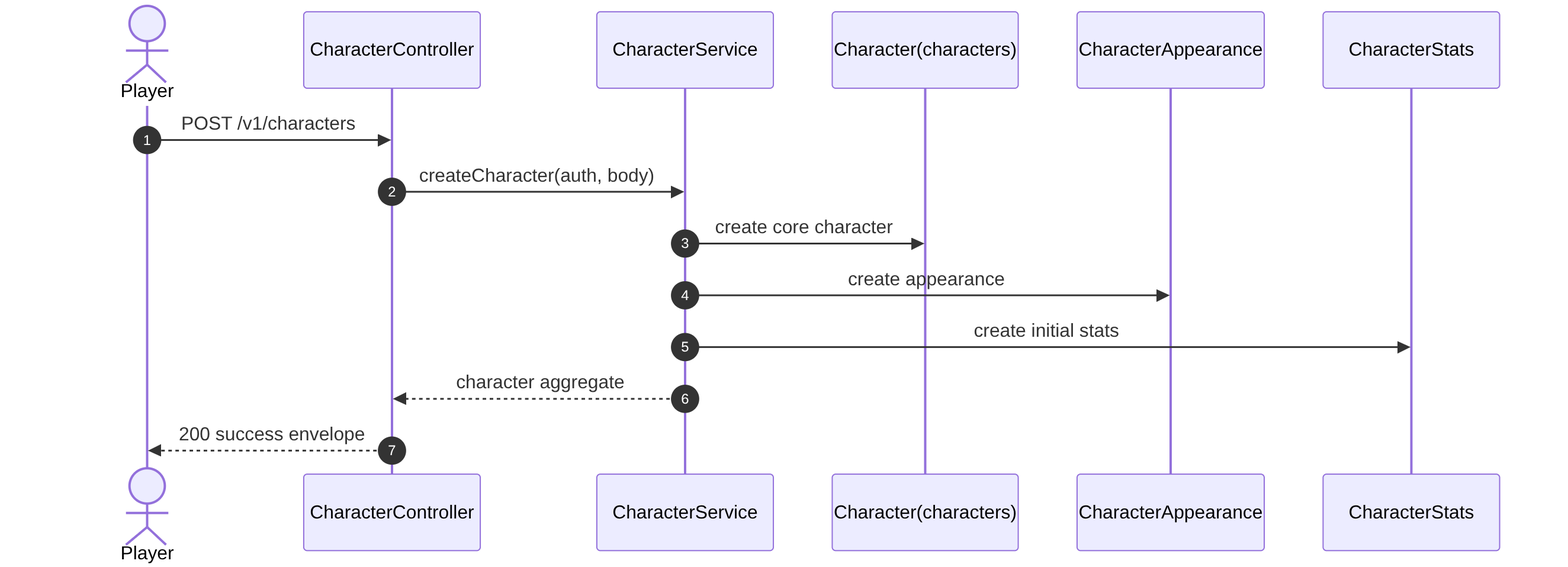
Above: Report/Images/sequence-character-create.png in fortress-of-the-fallen/FotF-GDD (Mermaid), before the change. Its source is kept beside it as Report/diagrams/sequence-character-create.mmd.
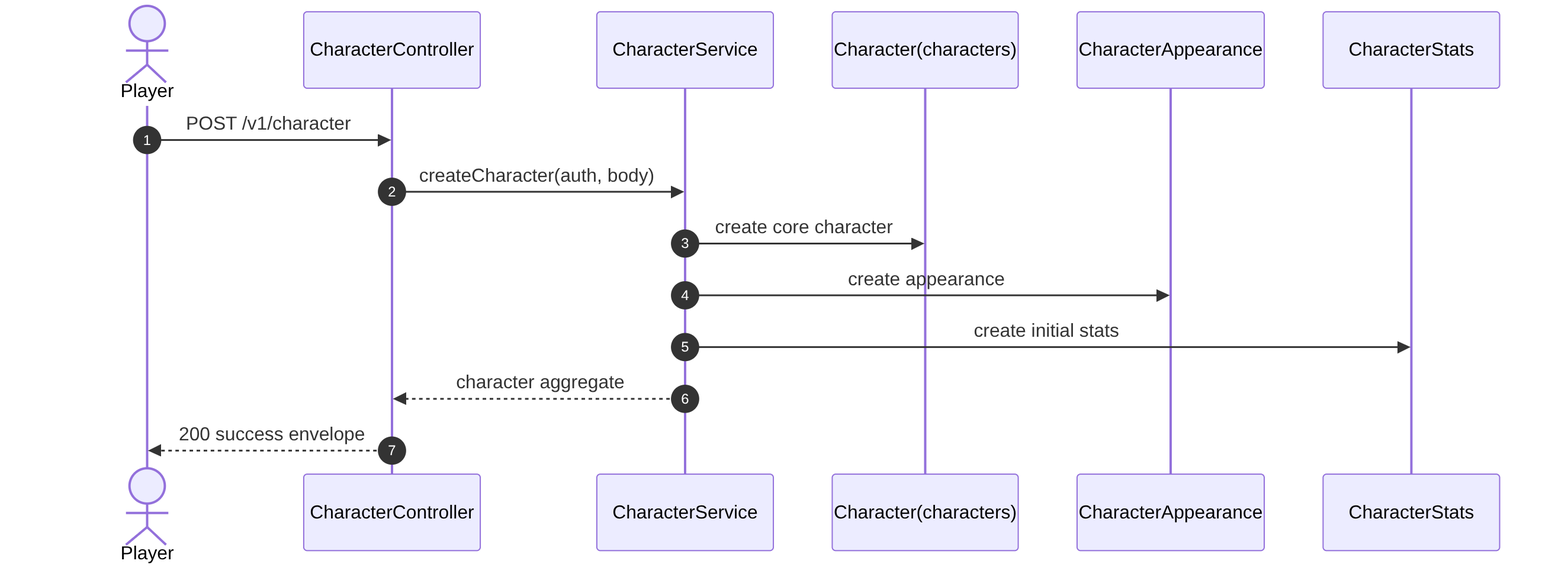
Later version of the same file.

What changed in the source:
```diff
@@ -7,7 +7,7 @@
   participant ARepo as CharacterAppearance
   participant SRepo as CharacterStats
 
-  Player->>API: POST /v1/characters
+  Player->>API: POST /v1/character
   API->>Char: createCharacter(auth, body)
   Char->>CRepo: create core character
   Char->>ARepo: create appearance
```
